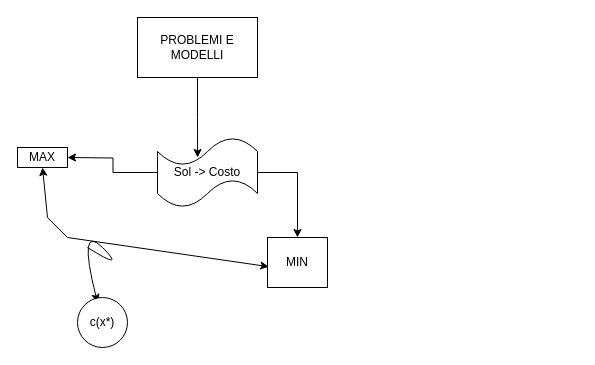
Earlier version of the draw.io diagram RO.drawio (h1gn/Ricerca-Operativa). Source tidied: cells renumbered, new cells numbered last; positions are measured from the earlier drawing's top-left corner, leaving out a move shared by most shapes. Both pictures are drawn from the tidied source at 100%, with x=0, y=0 at pixel (17, 17).
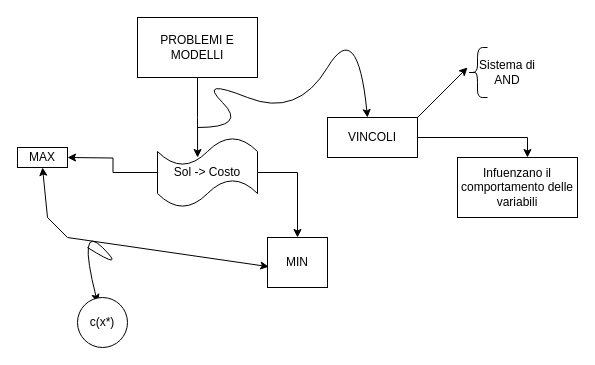
The same page after the edit.

What changed in the source:
```diff
@@
+    <mxCell id="12" style="curved=1;endArrow=classic;html=1;rounded=0;" parent="1" edge="1">
+      <mxGeometry relative="1" as="geometry">
+        <mxPoint x="180" y="110" as="sourcePoint" />
+        <mxPoint x="350" y="100" as="targetPoint" />
+        <Array as="points">
+          <mxPoint x="230" y="110" />
+          <mxPoint x="180" y="60" />
+          <mxPoint x="280" y="100" />
+          <mxPoint x="340" />
+        </Array>
+      </mxGeometry>
+    </mxCell>
+    <mxCell id="13" value="VINCOLI" style="rounded=0;whiteSpace=wrap;html=1;" parent="1" vertex="1">
+      <mxGeometry x="310" y="100" width="90" height="40" as="geometry" />
+    </mxCell>
+    <mxCell id="14" value="Infuenzano il comportamento delle variabili" style="rounded=0;whiteSpace=wrap;html=1;" parent="1" vertex="1">
+      <mxGeometry x="440" y="140" width="120" height="60" as="geometry" />
+    </mxCell>
+    <mxCell id="15" style="edgeStyle=orthogonalEdgeStyle;rounded=0;jettySize=auto;html=1;entryX=0.583;entryY=0;entryDx=0;entryDy=0;entryPerimeter=0;" parent="1" edge="1" source="13" target="14">
+      <mxGeometry relative="1" as="geometry" />
+    </mxCell>
+    <mxCell id="16" style="endArrow=classic;html=1;rounded=0;" parent="1" edge="1">
+      <mxGeometry relative="1" as="geometry">
+        <mxPoint x="400" y="100" as="sourcePoint" />
+        <mxPoint x="450" y="50" as="targetPoint" />
+      </mxGeometry>
+    </mxCell>
+    <mxCell id="17" style="shape=curlyBracket;whiteSpace=wrap;html=1;rounded=1;labelPosition=left;verticalLabelPosition=middle;align=right;verticalAlign=middle;" parent="1" vertex="1">
+      <mxGeometry x="450" y="30" width="20" height="50" as="geometry" />
+    </mxCell>
+    <mxCell id="18" value="&lt;div&gt;Sistema di AND&lt;/div&gt;" style="text;html=1;align=center;verticalAlign=middle;whiteSpace=wrap;rounded=0;" parent="1" vertex="1">
+      <mxGeometry x="460" y="40" width="60" height="30" as="geometry" />
+    </mxCell>
```
